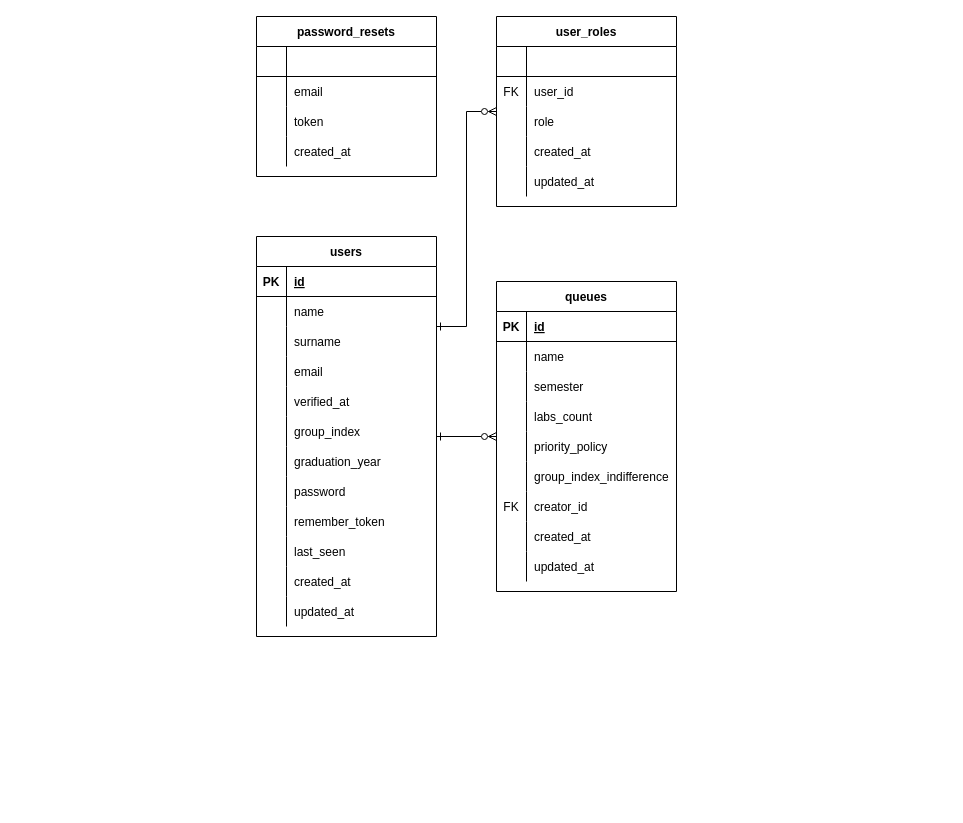
This is docs/database.drawio from RullDeef/queaver, a draw.io file, before an edit. Source tidied: cells renumbered, new cells numbered last; positions are measured from the earlier drawing's top-left corner, leaving out a move shared by most shapes. Both pictures are drawn from the tidied source at 100%, with x=0, y=0 at pixel (256, 16).
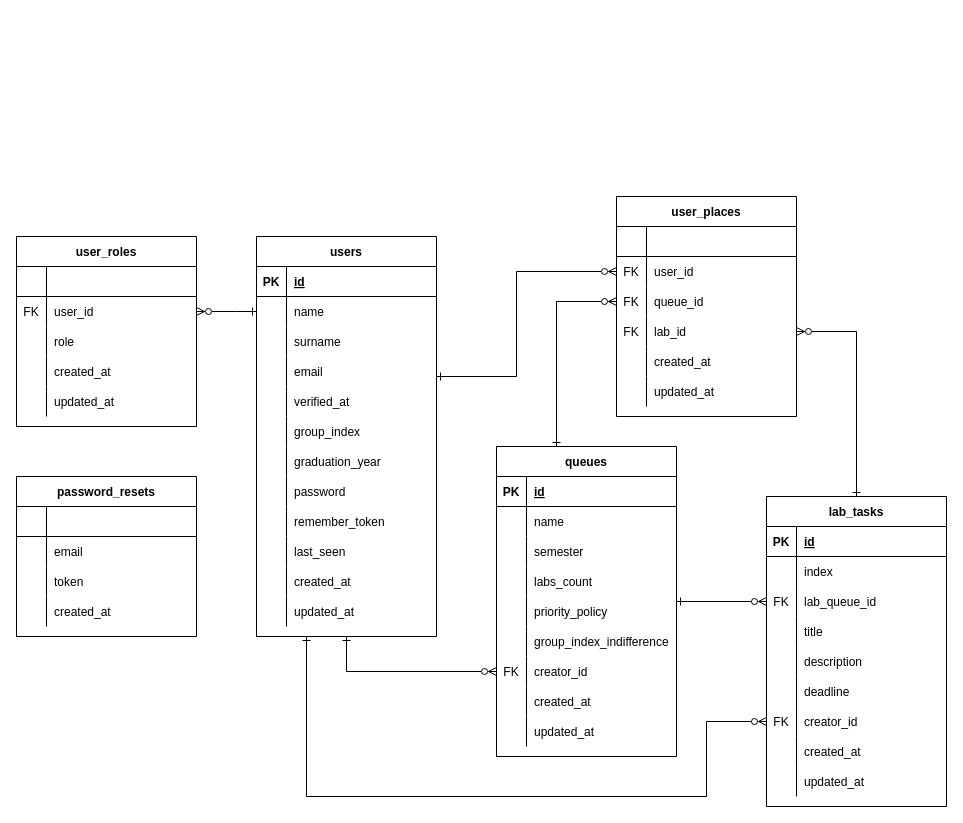
After the change.

The change refers to these unchanged cells:
```xml
<mxCell id="3" value="users" style="shape=table;startSize=30;childLayout=tableLayout;rowLines=0;fontStyle=1;align=center;" parent="1" vertex="1">
  <mxGeometry y="220" width="180" height="400" as="geometry" />
</mxCell>
<mxCell id="72" style="shape=tableRow;horizontal=0;startSize=0;swimlaneHead=0;swimlaneBody=0;fillColor=none;points=[[0,0.5],[1,0.5]];portConstraint=eastwest;top=0;left=0;right=0;bottom=0;" parent="53" vertex="1">
  <mxGeometry y="210" width="180" height="30" as="geometry" />
</mxCell>
<mxCell id="86" style="shape=tableRow;horizontal=0;startSize=0;swimlaneHead=0;swimlaneBody=0;fillColor=none;points=[[0,0.5],[1,0.5]];portConstraint=eastwest;top=0;left=0;right=0;bottom=0;" parent="82" vertex="1">
  <mxGeometry y="60" width="180" height="30" as="geometry" />
</mxCell>
```

The edit, as a diff of the source:
```diff
@@
-    <mxCell id="2" style="edgeStyle=orthogonalEdgeStyle;rounded=0;jettySize=auto;html=1;startArrow=ERone;startFill=0;endArrow=ERzeroToMany;endFill=0;" parent="1" edge="1" source="3" target="53">
+    <mxCell id="2" style="edgeStyle=orthogonalEdgeStyle;rounded=0;jettySize=auto;html=1;startArrow=ERone;startFill=0;endArrow=ERzeroToMany;endFill=0;" parent="1" edge="1" source="3" target="72">
       <mxGeometry relative="1" as="geometry" />
     </mxCell>
+    <mxCell id="98" style="edgeStyle=orthogonalEdgeStyle;rounded=0;jettySize=auto;html=1;endArrow=ERzeroToMany;endFill=0;startArrow=ERone;startFill=0;" parent="1" edge="1" source="3" target="103">
+      <mxGeometry relative="1" as="geometry">
+        <Array as="points">
+          <mxPoint x="260" y="360" />
+          <mxPoint x="260" y="255" />
+        </Array>
+      </mxGeometry>
+    </mxCell>
@@
     <mxCell id="40" value="password_resets" style="shape=table;startSize=30;childLayout=tableLayout;rowLines=0;fontStyle=1;align=center;" parent="1" vertex="1">
-      <mxGeometry width="180" height="160" as="geometry" />
+      <mxGeometry x="-240" y="460" width="180" height="160" as="geometry" />
     </mxCell>
@@
     <mxCell id="53" value="queues" style="shape=table;startSize=30;childLayout=tableLayout;rowLines=0;fontStyle=1;align=center;" parent="1" vertex="1">
-      <mxGeometry x="240" y="265" width="180" height="310" as="geometry" />
+      <mxGeometry x="240" y="430" width="180" height="310" as="geometry" />
     </mxCell>
@@
-    <mxCell id="81" style="edgeStyle=orthogonalEdgeStyle;rounded=0;jettySize=auto;html=1;startArrow=ERone;startFill=0;endArrow=ERzeroToMany;endFill=0;" parent="1" edge="1" source="3" target="82">
+    <mxCell id="81" style="edgeStyle=orthogonalEdgeStyle;rounded=0;jettySize=auto;html=1;startArrow=ERone;startFill=0;endArrow=ERzeroToMany;endFill=0;" parent="1" edge="1" source="3" target="86">
       <mxGeometry relative="1" as="geometry">
         <Array as="points">
-          <mxPoint x="210" y="310" />
-          <mxPoint x="210" y="95" />
+          <mxPoint x="-20" y="295" />
+          <mxPoint x="-20" y="295" />
         </Array>
       </mxGeometry>
     </mxCell>
     <mxCell id="82" value="user_roles" style="shape=table;startSize=30;childLayout=tableLayout;rowLines=0;fontStyle=1;align=center;" parent="1" vertex="1">
-      <mxGeometry x="240" width="180" height="190" as="geometry" />
+      <mxGeometry x="-240" y="220" width="180" height="190" as="geometry" />
     </mxCell>
@@
+    <mxCell id="99" value="user_places" style="shape=table;startSize=30;childLayout=tableLayout;rowLines=0;fontStyle=1;align=center;" parent="1" vertex="1">
+      <mxGeometry x="360" y="180" width="180" height="220" as="geometry" />
+    </mxCell>
+    <mxCell id="100" style="shape=tableRow;horizontal=0;startSize=0;swimlaneHead=0;swimlaneBody=0;fillColor=none;top=0;left=0;right=0;bottom=1;" parent="99" vertex="1">
+      <mxGeometry y="30" width="180" height="30" as="geometry" />
+    </mxCell>
+    <mxCell id="101" style="shape=partialRectangle;fillColor=none;top=0;left=0;bottom=0;right=0;fontStyle=1;overflow=hidden;" parent="100" vertex="1">
+      <mxGeometry width="30" height="30" as="geometry" />
+    </mxCell>
+    <mxCell id="102" style="shape=partialRectangle;fillColor=none;top=0;left=0;bottom=0;right=0;align=left;spacingLeft=6;fontStyle=5;overflow=hidden;" parent="100" vertex="1">
+      <mxGeometry x="30" width="150" height="30" as="geometry" />
+    </mxCell>
+    <mxCell id="103" style="shape=tableRow;horizontal=0;startSize=0;swimlaneHead=0;swimlaneBody=0;fillColor=none;points=[[0,0.5],[1,0.5]];portConstraint=eastwest;top=0;left=0;right=0;bottom=0;" parent="99" vertex="1">
+      <mxGeometry y="60" width="180" height="30" as="geometry" />
+    </mxCell>
+    <mxCell id="104" value="FK" style="shape=partialRectangle;fillColor=none;top=0;left=0;bottom=0;right=0;overflow=hidden;" parent="103" vertex="1">
+      <mxGeometry width="30" height="30" as="geometry" />
+    </mxCell>
+    <mxCell id="105" value="user_id" style="shape=partialRectangle;fillColor=none;top=0;left=0;bottom=0;right=0;align=left;spacingLeft=6;overflow=hidden;" parent="103" vertex="1">
+      <mxGeometry x="30" width="150" height="30" as="geometry" />
+    </mxCell>
+    <mxCell id="106" style="shape=tableRow;horizontal=0;startSize=0;swimlaneHead=0;swimlaneBody=0;fillColor=none;points=[[0,0.5],[1,0.5]];portConstraint=eastwest;top=0;left=0;right=0;bottom=0;" parent="99" vertex="1">
+      <mxGeometry y="90" width="180" height="30" as="geometry" />
+    </mxCell>
+    <mxCell id="107" value="FK" style="shape=partialRectangle;fillColor=none;top=0;left=0;bottom=0;right=0;overflow=hidden;" parent="106" vertex="1">
+      <mxGeometry width="30" height="30" as="geometry" />
+    </mxCell>
+    <mxCell id="108" value="queue_id" style="shape=partialRectangle;fillColor=none;top=0;left=0;bottom=0;right=0;align=left;spacingLeft=6;overflow=hidden;" parent="106" vertex="1">
+      <mxGeometry x="30" width="150" height="30" as="geometry" />
+    </mxCell>
+    <mxCell id="109" style="shape=tableRow;horizontal=0;startSize=0;swimlaneHead=0;swimlaneBody=0;fillColor=none;points=[[0,0.5],[1,0.5]];portConstraint=eastwest;top=0;left=0;right=0;bottom=0;" parent="99" vertex="1">
+      <mxGeometry y="120" width="180" height="30" as="geometry" />
+    </mxCell>
+    <mxCell id="110" value="FK" style="shape=partialRectangle;fillColor=none;top=0;left=0;bottom=0;right=0;overflow=hidden;" parent="109" vertex="1">
+      <mxGeometry width="30" height="30" as="geometry" />
+    </mxCell>
+    <mxCell id="111" value="lab_id" style="shape=partialRectangle;fillColor=none;top=0;left=0;bottom=0;right=0;align=left;spacingLeft=6;overflow=hidden;" parent="109" vertex="1">
+      <mxGeometry x="30" width="150" height="30" as="geometry" />
+    </mxCell>
+    <mxCell id="112" style="shape=tableRow;horizontal=0;startSize=0;swimlaneHead=0;swimlaneBody=0;fillColor=none;top=0;left=0;right=0;bottom=0;" parent="99" vertex="1">
+      <mxGeometry y="150" width="180" height="30" as="geometry" />
+    </mxCell>
+    <mxCell id="113" style="shape=partialRectangle;fillColor=none;top=0;left=0;bottom=0;right=0;overflow=hidden;" parent="112" vertex="1">
+      <mxGeometry width="30" height="30" as="geometry" />
+    </mxCell>
+    <mxCell id="114" value="created_at" style="shape=partialRectangle;fillColor=none;top=0;left=0;bottom=0;right=0;align=left;spacingLeft=6;overflow=hidden;" parent="112" vertex="1">
+      <mxGeometry x="30" width="150" height="30" as="geometry" />
+    </mxCell>
+    <mxCell id="115" style="shape=tableRow;horizontal=0;startSize=0;swimlaneHead=0;swimlaneBody=0;fillColor=none;top=0;left=0;right=0;bottom=0;" parent="99" vertex="1">
+      <mxGeometry y="180" width="180" height="30" as="geometry" />
+    </mxCell>
+    <mxCell id="116" style="shape=partialRectangle;fillColor=none;top=0;left=0;bottom=0;right=0;overflow=hidden;" parent="115" vertex="1">
+      <mxGeometry width="30" height="30" as="geometry" />
+    </mxCell>
+    <mxCell id="117" value="updated_at" style="shape=partialRectangle;fillColor=none;top=0;left=0;bottom=0;right=0;align=left;spacingLeft=6;overflow=hidden;" parent="115" vertex="1">
+      <mxGeometry x="30" width="150" height="30" as="geometry" />
+    </mxCell>
+    <mxCell id="118" style="edgeStyle=orthogonalEdgeStyle;rounded=0;jettySize=auto;html=1;startArrow=ERone;startFill=0;endArrow=ERzeroToMany;endFill=0;" parent="1" edge="1" source="53" target="106">
+      <mxGeometry relative="1" as="geometry">
+        <Array as="points">
+          <mxPoint x="300" y="285" />
+        </Array>
+      </mxGeometry>
+    </mxCell>
+    <mxCell id="119" value="lab_tasks" style="shape=table;startSize=30;childLayout=tableLayout;rowLines=0;fontStyle=1;align=center;" parent="1" vertex="1">
+      <mxGeometry x="510" y="480" width="180" height="310" as="geometry" />
+    </mxCell>
+    <mxCell id="120" style="shape=tableRow;horizontal=0;startSize=0;swimlaneHead=0;swimlaneBody=0;fillColor=none;top=0;left=0;right=0;bottom=1;" parent="119" vertex="1">
+      <mxGeometry y="30" width="180" height="30" as="geometry" />
+    </mxCell>
+    <mxCell id="121" value="PK" style="shape=partialRectangle;fillColor=none;top=0;left=0;bottom=0;right=0;fontStyle=1;overflow=hidden;" parent="120" vertex="1">
+      <mxGeometry width="30" height="30" as="geometry" />
+    </mxCell>
+    <mxCell id="122" value="id" style="shape=partialRectangle;fillColor=none;top=0;left=0;bottom=0;right=0;align=left;spacingLeft=6;fontStyle=5;overflow=hidden;" parent="120" vertex="1">
+      <mxGeometry x="30" width="150" height="30" as="geometry" />
+    </mxCell>
+    <mxCell id="123" style="shape=tableRow;horizontal=0;startSize=0;swimlaneHead=0;swimlaneBody=0;fillColor=none;top=0;left=0;right=0;bottom=0;" parent="119" vertex="1">
+      <mxGeometry y="60" width="180" height="30" as="geometry" />
+    </mxCell>
+    <mxCell id="124" style="shape=partialRectangle;fillColor=none;top=0;left=0;bottom=0;right=0;overflow=hidden;" parent="123" vertex="1">
+      <mxGeometry width="30" height="30" as="geometry" />
+    </mxCell>
+    <mxCell id="125" value="index" style="shape=partialRectangle;fillColor=none;top=0;left=0;bottom=0;right=0;align=left;spacingLeft=6;overflow=hidden;" parent="123" vertex="1">
+      <mxGeometry x="30" width="150" height="30" as="geometry" />
+    </mxCell>
+    <mxCell id="126" style="shape=tableRow;horizontal=0;startSize=0;swimlaneHead=0;swimlaneBody=0;fillColor=none;points=[[0,0.5],[1,0.5]];portConstraint=eastwest;top=0;left=0;right=0;bottom=0;" parent="119" vertex="1">
+      <mxGeometry y="90" width="180" height="30" as="geometry" />
+    </mxCell>
+    <mxCell id="127" value="FK" style="shape=partialRectangle;fillColor=none;top=0;left=0;bottom=0;right=0;overflow=hidden;" parent="126" vertex="1">
+      <mxGeometry width="30" height="30" as="geometry" />
+    </mxCell>
+    <mxCell id="128" value="lab_queue_id" style="shape=partialRectangle;fillColor=none;top=0;left=0;bottom=0;right=0;align=left;spacingLeft=6;overflow=hidden;" parent="126" vertex="1">
+      <mxGeometry x="30" width="150" height="30" as="geometry" />
+    </mxCell>
+    <mxCell id="129" style="shape=tableRow;horizontal=0;startSize=0;swimlaneHead=0;swimlaneBody=0;fillColor=none;top=0;left=0;right=0;bottom=0;" parent="119" vertex="1">
+      <mxGeometry y="120" width="180" height="30" as="geometry" />
+    </mxCell>
+    <mxCell id="130" style="shape=partialRectangle;fillColor=none;top=0;left=0;bottom=0;right=0;overflow=hidden;" parent="129" vertex="1">
+      <mxGeometry width="30" height="30" as="geometry" />
+    </mxCell>
+    <mxCell id="131" value="title" style="shape=partialRectangle;fillColor=none;top=0;left=0;bottom=0;right=0;align=left;spacingLeft=6;overflow=hidden;" parent="129" vertex="1">
+      <mxGeometry x="30" width="150" height="30" as="geometry" />
+    </mxCell>
+    <mxCell id="132" style="shape=tableRow;horizontal=0;startSize=0;swimlaneHead=0;swimlaneBody=0;fillColor=none;top=0;left=0;right=0;bottom=0;" parent="119" vertex="1">
+      <mxGeometry y="150" width="180" height="30" as="geometry" />
+    </mxCell>
+    <mxCell id="133" style="shape=partialRectangle;fillColor=none;top=0;left=0;bottom=0;right=0;overflow=hidden;" parent="132" vertex="1">
+      <mxGeometry width="30" height="30" as="geometry" />
+    </mxCell>
+    <mxCell id="134" value="description" style="shape=partialRectangle;fillColor=none;top=0;left=0;bottom=0;right=0;align=left;spacingLeft=6;overflow=hidden;" parent="132" vertex="1">
+      <mxGeometry x="30" width="150" height="30" as="geometry" />
+    </mxCell>
+    <mxCell id="135" style="shape=tableRow;horizontal=0;startSize=0;swimlaneHead=0;swimlaneBody=0;fillColor=none;top=0;left=0;right=0;bottom=0;" parent="119" vertex="1">
+      <mxGeometry y="180" width="180" height="30" as="geometry" />
+    </mxCell>
+    <mxCell id="136" style="shape=partialRectangle;fillColor=none;top=0;left=0;bottom=0;right=0;overflow=hidden;" parent="135" vertex="1">
+      <mxGeometry width="30" height="30" as="geometry" />
+    </mxCell>
+    <mxCell id="137" value="deadline" style="shape=partialRectangle;fillColor=none;top=0;left=0;bottom=0;right=0;align=left;spacingLeft=6;overflow=hidden;" parent="135" vertex="1">
+      <mxGeometry x="30" width="150" height="30" as="geometry" />
+    </mxCell>
+    <mxCell id="138" style="shape=tableRow;horizontal=0;startSize=0;swimlaneHead=0;swimlaneBody=0;fillColor=none;points=[[0,0.5],[1,0.5]];portConstraint=eastwest;top=0;left=0;right=0;bottom=0;" parent="119" vertex="1">
+      <mxGeometry y="210" width="180" height="30" as="geometry" />
+    </mxCell>
+    <mxCell id="139" value="FK" style="shape=partialRectangle;fillColor=none;top=0;left=0;bottom=0;right=0;overflow=hidden;" parent="138" vertex="1">
+      <mxGeometry width="30" height="30" as="geometry" />
+    </mxCell>
+    <mxCell id="140" value="creator_id" style="shape=partialRectangle;fillColor=none;top=0;left=0;bottom=0;right=0;align=left;spacingLeft=6;overflow=hidden;" parent="138" vertex="1">
+      <mxGeometry x="30" width="150" height="30" as="geometry" />
+    </mxCell>
+    <mxCell id="141" style="shape=tableRow;horizontal=0;startSize=0;swimlaneHead=0;swimlaneBody=0;fillColor=none;top=0;left=0;right=0;bottom=0;" parent="119" vertex="1">
+      <mxGeometry y="240" width="180" height="30" as="geometry" />
+    </mxCell>
+    <mxCell id="142" style="shape=partialRectangle;fillColor=none;top=0;left=0;bottom=0;right=0;overflow=hidden;" parent="141" vertex="1">
+      <mxGeometry width="30" height="30" as="geometry" />
+    </mxCell>
+    <mxCell id="143" value="created_at" style="shape=partialRectangle;fillColor=none;top=0;left=0;bottom=0;right=0;align=left;spacingLeft=6;overflow=hidden;" parent="141" vertex="1">
+      <mxGeometry x="30" width="150" height="30" as="geometry" />
+    </mxCell>
+    <mxCell id="144" style="shape=tableRow;horizontal=0;startSize=0;swimlaneHead=0;swimlaneBody=0;fillColor=none;top=0;left=0;right=0;bottom=0;" parent="119" vertex="1">
+      <mxGeometry y="270" width="180" height="30" as="geometry" />
+    </mxCell>
+    <mxCell id="145" style="shape=partialRectangle;fillColor=none;top=0;left=0;bottom=0;right=0;overflow=hidden;" parent="144" vertex="1">
+      <mxGeometry width="30" height="30" as="geometry" />
+    </mxCell>
+    <mxCell id="146" value="updated_at" style="shape=partialRectangle;fillColor=none;top=0;left=0;bottom=0;right=0;align=left;spacingLeft=6;overflow=hidden;" parent="144" vertex="1">
+      <mxGeometry x="30" width="150" height="30" as="geometry" />
+    </mxCell>
+    <mxCell id="147" style="edgeStyle=orthogonalEdgeStyle;rounded=0;jettySize=auto;html=1;startArrow=ERone;startFill=0;endArrow=ERzeroToMany;endFill=0;" parent="1" edge="1" source="119" target="109">
+      <mxGeometry relative="1" as="geometry" />
+    </mxCell>
+    <mxCell id="148" style="edgeStyle=orthogonalEdgeStyle;rounded=0;jettySize=auto;html=1;startArrow=ERone;startFill=0;endArrow=ERzeroToMany;endFill=0;" parent="1" edge="1" source="53" target="126">
+      <mxGeometry relative="1" as="geometry" />
+    </mxCell>
+    <mxCell id="149" style="edgeStyle=orthogonalEdgeStyle;rounded=0;jettySize=auto;html=1;startArrow=ERone;startFill=0;endArrow=ERzeroToMany;endFill=0;" parent="1" edge="1" source="3" target="138">
+      <mxGeometry relative="1" as="geometry">
+        <Array as="points">
+          <mxPoint x="50" y="780" />
+          <mxPoint x="450" y="780" />
+          <mxPoint x="450" y="705" />
+        </Array>
+      </mxGeometry>
+    </mxCell>
```
